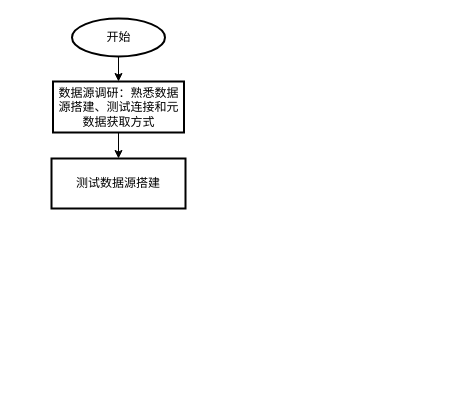
The draw.io diagram cmd/未命名绘图.drawio in yangminWFN/studynotes, before the edit. Source tidied: cells renumbered, new cells numbered last; positions are measured from the earlier drawing's top-left corner, leaving out a move shared by most shapes. Both pictures are drawn from the tidied source at 100%, with x=0, y=0 at pixel (51, 18).
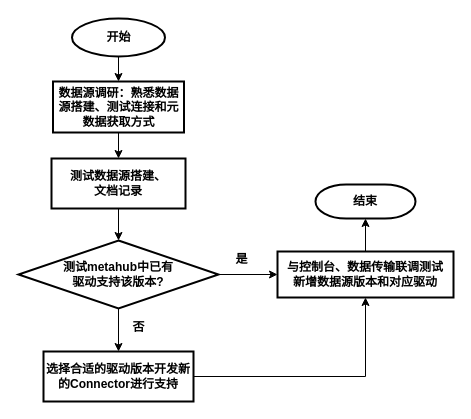
Above is the later version.

Commit message (it also covers changes not shown here):
更新未命名绘图.drawio

The edit, as a diff of the source:
```diff
@@
 <mxGraphModel>
   <root>
     <mxCell id="0" />
     <mxCell id="1" parent="0" />
     <mxCell id="2" style="edgeStyle=orthogonalEdgeStyle;rounded=0;jettySize=auto;html=1;" parent="1" edge="1" source="3" target="5">
       <mxGeometry relative="1" as="geometry" />
     </mxCell>
-    <mxCell id="3" value="开始" style="strokeWidth=2;html=1;shape=mxgraph.flowchart.start_1;whiteSpace=wrap;" parent="1" vertex="1">
+    <mxCell id="3" value="开始" style="strokeWidth=2;html=1;shape=mxgraph.flowchart.start_1;whiteSpace=wrap;fontStyle=1;" parent="1" vertex="1">
       <mxGeometry x="20.5" width="93" height="38" as="geometry" />
     </mxCell>
     <mxCell id="4" style="edgeStyle=orthogonalEdgeStyle;rounded=0;jettySize=auto;html=1;" parent="1" edge="1" source="5" target="6">
       <mxGeometry relative="1" as="geometry" />
     </mxCell>
-    <mxCell id="5" value="数据源调研：熟悉数据源搭建、测试连接和元数据获取方式" style="whiteSpace=wrap;html=1;strokeWidth=2;" parent="1" vertex="1">
+    <mxCell id="5" value="数据源调研：熟悉数据源搭建、测试连接和元数据获取方式" style="whiteSpace=wrap;html=1;strokeWidth=2;fontStyle=1;" parent="1" vertex="1">
       <mxGeometry x="1.5" y="63" width="131" height="51" as="geometry" />
     </mxCell>
+    <mxCell id="7" style="edgeStyle=orthogonalEdgeStyle;rounded=0;jettySize=auto;html=1;" parent="1" edge="1" source="6" target="10">
+      <mxGeometry relative="1" as="geometry" />
+    </mxCell>
-    <mxCell id="6" value="测试数据源搭建" style="whiteSpace=wrap;html=1;strokeWidth=2;" parent="1" vertex="1">
+    <mxCell id="6" value="测试数据源搭建、&lt;br&gt;文档记录" style="whiteSpace=wrap;html=1;strokeWidth=2;fontStyle=1;" parent="1" vertex="1">
       <mxGeometry y="140" width="134" height="50" as="geometry" />
     </mxCell>
+    <mxCell id="8" style="edgeStyle=orthogonalEdgeStyle;rounded=0;jettySize=auto;html=1;" parent="1" edge="1" source="10" target="13">
+      <mxGeometry relative="1" as="geometry" />
+    </mxCell>
+    <mxCell id="9" style="edgeStyle=orthogonalEdgeStyle;rounded=0;jettySize=auto;html=1;" parent="1" edge="1" source="10" target="16">
+      <mxGeometry relative="1" as="geometry" />
+    </mxCell>
+    <mxCell id="10" value="测试metahub中已有&lt;br&gt;驱动支持该版本?" style="rhombus;whiteSpace=wrap;html=1;strokeWidth=2;fontStyle=1;" parent="1" vertex="1">
+      <mxGeometry x="-33" y="222" width="200" height="68" as="geometry" />
+    </mxCell>
+    <mxCell id="11" value="是" style="text;html=1;align=center;verticalAlign=middle;strokeColor=none;fillColor=none;fontStyle=1;" parent="1" vertex="1">
+      <mxGeometry x="175" y="228" width="30" height="26" as="geometry" />
+    </mxCell>
+    <mxCell id="12" style="edgeStyle=orthogonalEdgeStyle;rounded=0;jettySize=auto;html=1;" parent="1" edge="1" source="13" target="14">
+      <mxGeometry relative="1" as="geometry" />
+    </mxCell>
+    <mxCell id="13" value="与控制台、数据传输联调测试&lt;br&gt;新增数据源版本和对应驱动" style="whiteSpace=wrap;html=1;strokeWidth=2;fontStyle=1;" parent="1" vertex="1">
+      <mxGeometry x="226" y="233" width="176" height="46" as="geometry" />
+    </mxCell>
+    <mxCell id="14" value="结束" style="strokeWidth=2;html=1;shape=mxgraph.flowchart.terminator;whiteSpace=wrap;fontStyle=1;" parent="1" vertex="1">
+      <mxGeometry x="264" y="166" width="100" height="34" as="geometry" />
+    </mxCell>
+    <mxCell id="15" style="edgeStyle=orthogonalEdgeStyle;rounded=0;jettySize=auto;html=1;exitX=1;exitY=0.5;exitDx=0;exitDy=0;entryX=0.5;entryY=1;entryDx=0;entryDy=0;" parent="1" edge="1" source="16" target="13">
+      <mxGeometry relative="1" as="geometry" />
+    </mxCell>
+    <mxCell id="16" value="选择合适的驱动版本开发新的Connector进行支持" style="whiteSpace=wrap;html=1;strokeWidth=2;fontStyle=1;" parent="1" vertex="1">
+      <mxGeometry x="-8" y="333" width="150" height="50" as="geometry" />
+    </mxCell>
+    <mxCell id="17" value="否" style="text;html=1;align=center;verticalAlign=middle;strokeColor=none;fillColor=none;fontStyle=1;" parent="1" vertex="1">
+      <mxGeometry x="72" y="296" width="30" height="26" as="geometry" />
+    </mxCell>
   </root>
 </mxGraphModel>
```
